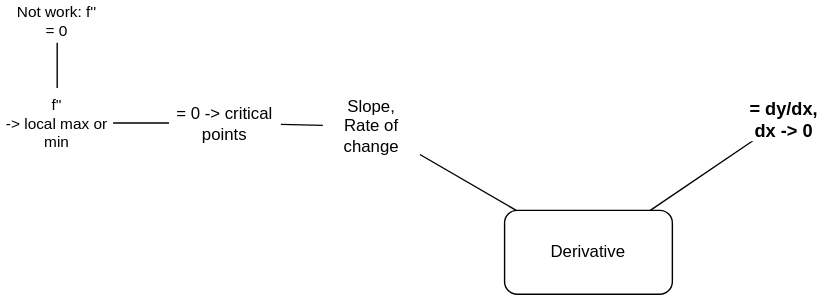
The draw.io diagram math/resources/calculus.drawio.svg in hungcq/knowledge-repo, before a commit. Source tidied: cells renumbered, new cells last; positions are measured from the earlier drawing's top-left corner, leaving out a move shared by most shapes.
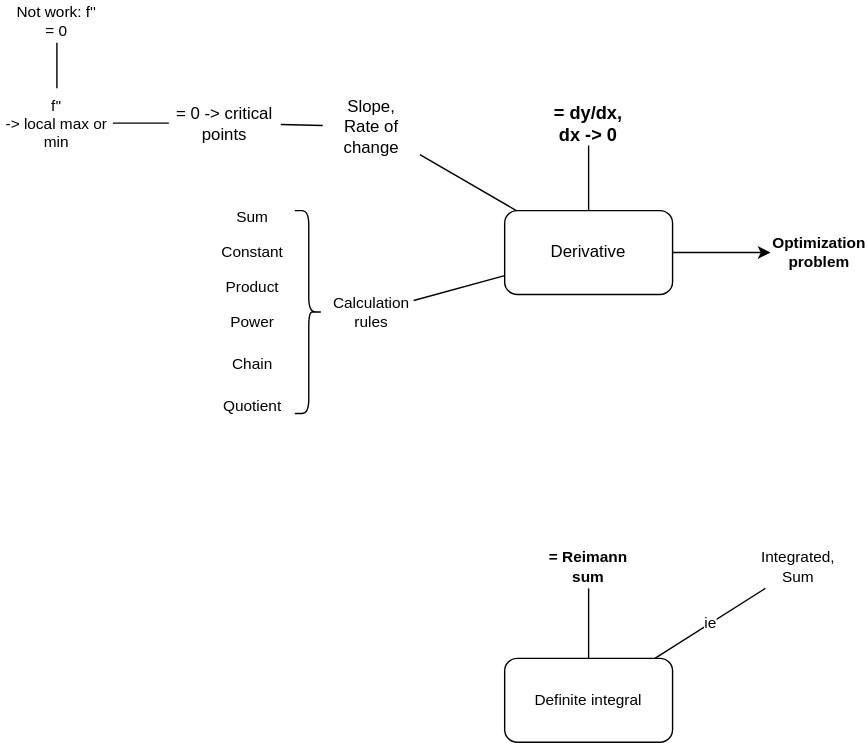
Later version of the same file.

Change to the diagram source:
```diff
@@ -8,6 +8,12 @@
     <mxCell id="3" style="edgeStyle=none;shape=connector;rounded=0;jettySize=auto;html=1;strokeColor=default;align=center;verticalAlign=middle;fontFamily=Helvetica;fontSize=11;fontColor=default;labelBackgroundColor=default;endArrow=none;endFill=0;" parent="1" edge="1" source="4" target="9">
       <mxGeometry relative="1" as="geometry" />
     </mxCell>
+    <mxCell id="13" style="edgeStyle=none;shape=connector;rounded=0;jettySize=auto;html=1;strokeColor=default;align=center;verticalAlign=middle;fontFamily=Helvetica;fontSize=11;fontColor=default;labelBackgroundColor=default;endArrow=classic;endFill=1;" parent="1" edge="1" source="4" target="15">
+      <mxGeometry relative="1" as="geometry" />
+    </mxCell>
+    <mxCell id="14" style="edgeStyle=none;shape=connector;rounded=0;jettySize=auto;html=1;strokeColor=default;align=center;verticalAlign=middle;fontFamily=Helvetica;fontSize=11;fontColor=default;labelBackgroundColor=default;endArrow=none;endFill=0;" parent="1" edge="1" source="4" target="16">
+      <mxGeometry relative="1" as="geometry" />
+    </mxCell>
     <mxCell id="4" value="Derivative" style="rounded=1;whiteSpace=wrap;html=1;labelBackgroundColor=default;" parent="1" vertex="1">
       <mxGeometry x="360" y="150" width="120" height="60" as="geometry" />
     </mxCell>
@@ -24,7 +30,7 @@
       <mxGeometry x="120" y="70" width="80" height="35" as="geometry" />
     </mxCell>
     <mxCell id="9" value="= dy/dx,&lt;br&gt;dx -&amp;gt; 0" style="text;html=1;align=center;verticalAlign=middle;whiteSpace=wrap;rounded=0;fontFamily=Helvetica;fontSize=13;fontColor=default;labelBackgroundColor=default;fontStyle=1;" parent="1" vertex="1">
-      <mxGeometry x="520" y="70" width="80" height="30" as="geometry" />
+      <mxGeometry x="380" y="72.5" width="80" height="30" as="geometry" />
     </mxCell>
     <mxCell id="10" style="edgeStyle=none;shape=connector;rounded=0;jettySize=auto;html=1;strokeColor=default;align=center;verticalAlign=middle;fontFamily=Helvetica;fontSize=11;fontColor=default;labelBackgroundColor=default;endArrow=none;endFill=0;" parent="1" edge="1" source="11" target="12">
       <mxGeometry relative="1" as="geometry" />
@@ -35,5 +41,47 @@
     <mxCell id="12" value="Not work: f'' = 0" style="text;html=1;align=center;verticalAlign=middle;whiteSpace=wrap;rounded=0;fontFamily=Helvetica;fontSize=11;fontColor=default;labelBackgroundColor=default;" parent="1" vertex="1">
       <mxGeometry x="10" width="60" height="30" as="geometry" />
     </mxCell>
+    <mxCell id="15" value="Optimization problem" style="text;html=1;align=center;verticalAlign=middle;whiteSpace=wrap;rounded=0;fontFamily=Helvetica;fontSize=11;fontColor=default;labelBackgroundColor=default;fontStyle=1;" parent="1" vertex="1">
+      <mxGeometry x="550" y="165" width="70" height="30" as="geometry" />
+    </mxCell>
+    <mxCell id="16" value="Calculation&lt;div&gt;rules&lt;/div&gt;" style="text;html=1;align=center;verticalAlign=middle;whiteSpace=wrap;rounded=0;fontFamily=Helvetica;fontSize=11;fontColor=default;labelBackgroundColor=default;" parent="1" vertex="1">
+      <mxGeometry x="235" y="207.5" width="60" height="30" as="geometry" />
+    </mxCell>
+    <mxCell id="17" style="shape=curlyBracket;whiteSpace=wrap;html=1;rounded=1;flipH=1;labelPosition=right;verticalLabelPosition=middle;align=left;verticalAlign=middle;fontFamily=Helvetica;fontSize=11;fontColor=default;labelBackgroundColor=default;" parent="1" vertex="1">
+      <mxGeometry x="210" y="150" width="20" height="145" as="geometry" />
+    </mxCell>
+    <mxCell id="18" value="Sum" style="text;html=1;align=center;verticalAlign=middle;whiteSpace=wrap;rounded=0;fontFamily=Helvetica;fontSize=11;fontColor=default;labelBackgroundColor=default;" parent="1" vertex="1">
+      <mxGeometry x="155" y="145" width="50" height="20" as="geometry" />
+    </mxCell>
+    <mxCell id="19" value="Constant" style="text;html=1;align=center;verticalAlign=middle;whiteSpace=wrap;rounded=0;fontFamily=Helvetica;fontSize=11;fontColor=default;labelBackgroundColor=default;" parent="1" vertex="1">
+      <mxGeometry x="155" y="168.8" width="50" height="22.5" as="geometry" />
+    </mxCell>
+    <mxCell id="20" value="Product" style="text;html=1;align=center;verticalAlign=middle;whiteSpace=wrap;rounded=0;fontFamily=Helvetica;fontSize=11;fontColor=default;labelBackgroundColor=default;" parent="1" vertex="1">
+      <mxGeometry x="150" y="195" width="60" height="20" as="geometry" />
+    </mxCell>
+    <mxCell id="21" value="Power" style="text;html=1;align=center;verticalAlign=middle;whiteSpace=wrap;rounded=0;fontFamily=Helvetica;fontSize=11;fontColor=default;labelBackgroundColor=default;" parent="1" vertex="1">
+      <mxGeometry x="150" y="220" width="60" height="20" as="geometry" />
+    </mxCell>
+    <mxCell id="22" value="Chain" style="text;html=1;align=center;verticalAlign=middle;whiteSpace=wrap;rounded=0;fontFamily=Helvetica;fontSize=11;fontColor=default;labelBackgroundColor=default;" parent="1" vertex="1">
+      <mxGeometry x="150" y="250" width="60" height="20" as="geometry" />
+    </mxCell>
+    <mxCell id="23" value="Quotient" style="text;html=1;align=center;verticalAlign=middle;whiteSpace=wrap;rounded=0;fontFamily=Helvetica;fontSize=11;fontColor=default;labelBackgroundColor=default;" parent="1" vertex="1">
+      <mxGeometry x="150" y="280" width="60" height="20" as="geometry" />
+    </mxCell>
+    <mxCell id="24" style="edgeStyle=none;shape=connector;rounded=0;jettySize=auto;html=1;strokeColor=default;align=center;verticalAlign=middle;fontFamily=Helvetica;fontSize=11;fontColor=default;labelBackgroundColor=default;endArrow=none;endFill=0;" parent="1" edge="1" source="26" target="27">
+      <mxGeometry relative="1" as="geometry" />
+    </mxCell>
+    <mxCell id="25" value="ie" style="edgeStyle=none;shape=connector;rounded=0;jettySize=auto;html=1;strokeColor=default;align=center;verticalAlign=middle;fontFamily=Helvetica;fontSize=11;fontColor=default;labelBackgroundColor=default;endArrow=none;endFill=0;" parent="1" edge="1" source="26" target="28">
+      <mxGeometry relative="1" as="geometry" />
+    </mxCell>
+    <mxCell id="26" value="Definite integral" style="rounded=1;whiteSpace=wrap;html=1;fontFamily=Helvetica;fontSize=11;fontColor=default;labelBackgroundColor=default;" parent="1" vertex="1">
+      <mxGeometry x="360" y="470" width="120" height="60" as="geometry" />
+    </mxCell>
+    <mxCell id="27" value="= Reimann sum" style="text;html=1;align=center;verticalAlign=middle;whiteSpace=wrap;rounded=0;fontFamily=Helvetica;fontSize=11;fontColor=default;labelBackgroundColor=default;fontStyle=1;" parent="1" vertex="1">
+      <mxGeometry x="390" y="390" width="60" height="30" as="geometry" />
+    </mxCell>
+    <mxCell id="28" value="Integrated,&lt;br&gt;Sum" style="text;html=1;align=center;verticalAlign=middle;whiteSpace=wrap;rounded=0;fontFamily=Helvetica;fontSize=11;fontColor=default;labelBackgroundColor=default;" parent="1" vertex="1">
+      <mxGeometry x="540" y="390" width="60" height="30" as="geometry" />
+    </mxCell>
   </root>
 </mxGraphModel>
```
